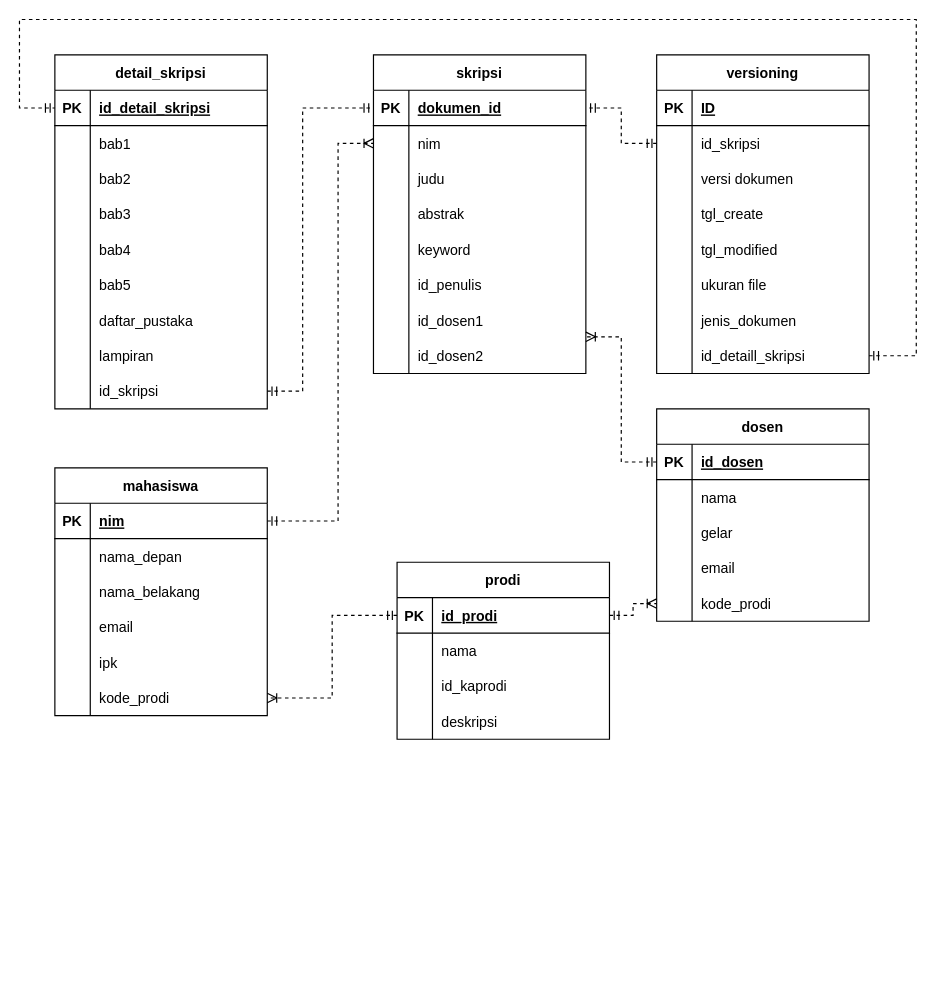
This is Untitled Diagram.drawio from MaximHere/drawio, a draw.io file, before an edit. Source tidied: cells renumbered, new cells numbered last; positions are measured from the earlier drawing's top-left corner, leaving out a move shared by most shapes. Both pictures are drawn from the tidied source at 118%, with x=0, y=0 at pixel (19, 19).
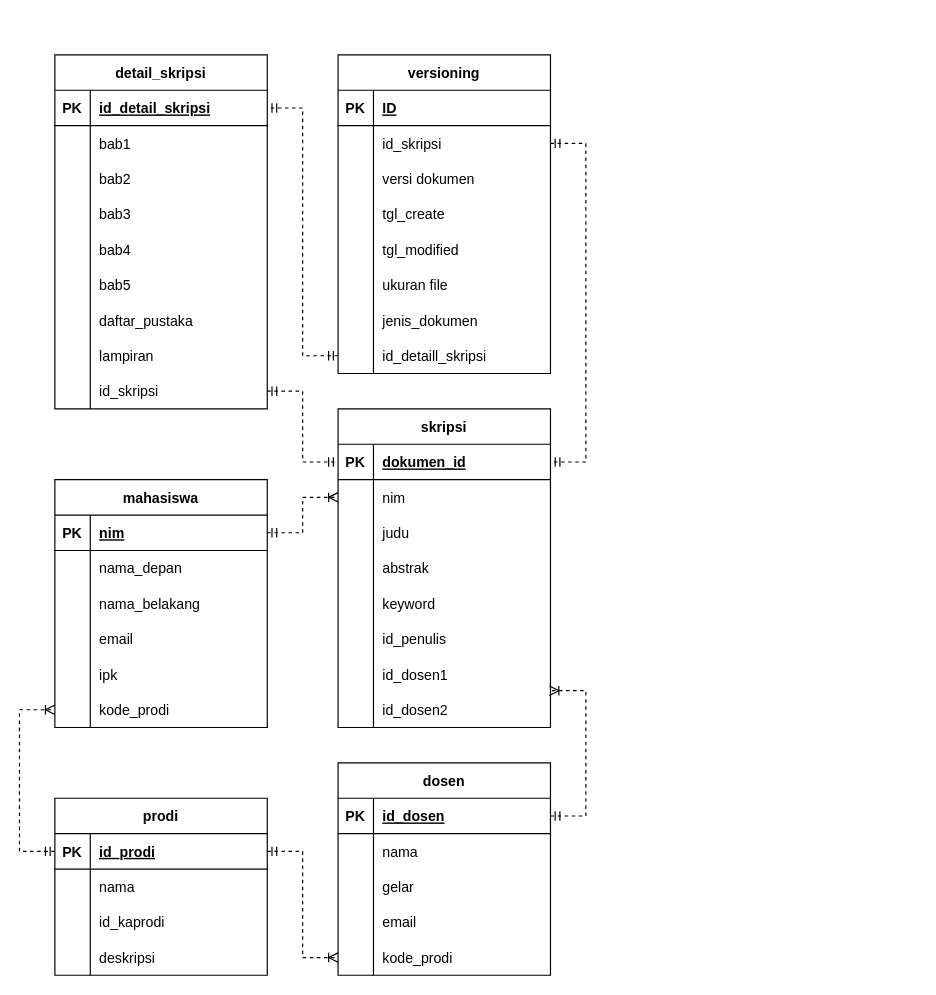
After the change.

Unchanged cells that the change refers to:
```xml
<mxCell id="3" style="shape=partialRectangle;fillColor=none;top=0;left=0;bottom=1;right=0;points=[[0,0.5],[1,0.5]];portConstraint=eastwest;" parent="2" vertex="1">
  <mxGeometry y="30" width="180" height="30" as="geometry" />
</mxCell>
<mxCell id="27" style="shape=partialRectangle;fillColor=none;top=0;left=0;bottom=0;right=0;points=[[0,0.5],[1,0.5]];portConstraint=eastwest;" parent="2" vertex="1">
  <mxGeometry y="270" width="180" height="30" as="geometry" />
</mxCell>
<mxCell id="31" style="shape=partialRectangle;fillColor=none;top=0;left=0;bottom=1;right=0;points=[[0,0.5],[1,0.5]];portConstraint=eastwest;" parent="30" vertex="1">
  <mxGeometry y="30" width="180" height="30" as="geometry" />
</mxCell>
<mxCell id="34" style="shape=partialRectangle;fillColor=none;top=0;left=0;bottom=0;right=0;points=[[0,0.5],[1,0.5]];portConstraint=eastwest;" parent="30" vertex="1">
  <mxGeometry y="60" width="180" height="30" as="geometry" />
</mxCell>
<mxCell id="49" style="shape=partialRectangle;fillColor=none;top=0;left=0;bottom=0;right=0;points=[[0,0.5],[1,0.5]];portConstraint=eastwest;" parent="30" vertex="1">
  <mxGeometry y="210" width="180" height="30" as="geometry" />
</mxCell>
<mxCell id="52" style="shape=partialRectangle;fillColor=none;top=0;left=0;bottom=0;right=0;points=[[0,0.5],[1,0.5]];portConstraint=eastwest;" parent="30" vertex="1">
  <mxGeometry y="240" width="180" height="30" as="geometry" />
</mxCell>
<mxCell id="56" style="shape=partialRectangle;fillColor=none;top=0;left=0;bottom=1;right=0;points=[[0,0.5],[1,0.5]];portConstraint=eastwest;" parent="55" vertex="1">
  <mxGeometry y="30" width="180" height="30" as="geometry" />
</mxCell>
<mxCell id="68" style="shape=partialRectangle;fillColor=none;top=0;left=0;bottom=0;right=0;points=[[0,0.5],[1,0.5]];portConstraint=eastwest;" parent="55" vertex="1">
  <mxGeometry y="150" width="180" height="30" as="geometry" />
</mxCell>
<mxCell id="73" style="shape=partialRectangle;fillColor=none;top=0;left=0;bottom=1;right=0;points=[[0,0.5],[1,0.5]];portConstraint=eastwest;" parent="72" vertex="1">
  <mxGeometry y="30" width="180" height="30" as="geometry" />
</mxCell>
<mxCell id="86" style="shape=partialRectangle;fillColor=none;top=0;left=0;bottom=1;right=0;points=[[0,0.5],[1,0.5]];portConstraint=eastwest;" parent="85" vertex="1">
  <mxGeometry y="30" width="180" height="30" as="geometry" />
</mxCell>
<mxCell id="101" style="shape=partialRectangle;fillColor=none;top=0;left=0;bottom=0;right=0;points=[[0,0.5],[1,0.5]];portConstraint=eastwest;" parent="85" vertex="1">
  <mxGeometry y="180" width="180" height="30" as="geometry" />
</mxCell>
<mxCell id="108" style="shape=partialRectangle;fillColor=none;top=0;left=0;bottom=0;right=0;points=[[0,0.5],[1,0.5]];portConstraint=eastwest;" parent="104" vertex="1">
  <mxGeometry y="60" width="180" height="30" as="geometry" />
</mxCell>
<mxCell id="126" style="shape=partialRectangle;fillColor=none;top=0;left=0;bottom=0;right=0;points=[[0,0.5],[1,0.5]];portConstraint=eastwest;" parent="104" vertex="1">
  <mxGeometry y="240" width="180" height="30" as="geometry" />
</mxCell>
```

Change to the diagram source:
```diff
@@
     <mxCell id="30" value="skripsi" style="shape=table;startSize=30;childLayout=tableLayout;rowLines=0;fontStyle=1;align=center;" parent="1" vertex="1">
-      <mxGeometry x="300" y="30" width="180" height="270" as="geometry" />
+      <mxGeometry x="270" y="330" width="180" height="270" as="geometry" />
     </mxCell>
@@
     <mxCell id="55" value="dosen" style="shape=table;startSize=30;childLayout=tableLayout;rowLines=0;fontStyle=1;align=center;" parent="1" vertex="1">
-      <mxGeometry x="540" y="330" width="180" height="180" as="geometry" />
+      <mxGeometry x="270" y="630" width="180" height="180" as="geometry" />
     </mxCell>
@@
-    <mxCell id="71" style="edgeStyle=elbowEdgeStyle;fontSize=12;html=1;endArrow=ERoneToMany;startArrow=ERmandOne;rounded=0;exitX=0;exitY=0.5;exitDx=0;exitDy=0;entryX=1;entryY=0.965;entryDx=0;entryDy=0;entryPerimeter=0;dashed=1;" parent="1" edge="1" source="56" target="49">
-      <mxGeometry relative="1" as="geometry" />
+    <mxCell id="71" style="edgeStyle=elbowEdgeStyle;fontSize=12;html=1;endArrow=ERoneToMany;startArrow=ERmandOne;rounded=0;exitX=1;exitY=0.5;exitDx=0;exitDy=0;dashed=1;entryX=0.995;entryY=-0.039;entryDx=0;entryDy=0;entryPerimeter=0;" parent="1" edge="1" source="56" target="52">
+      <mxGeometry relative="1" as="geometry">
+        <Array as="points">
+          <mxPoint x="480" y="630" />
+        </Array>
+      </mxGeometry>
     </mxCell>
     <mxCell id="72" value="prodi" style="shape=table;startSize=30;childLayout=tableLayout;rowLines=0;fontStyle=1;align=center;" parent="1" vertex="1">
-      <mxGeometry x="320" y="460" width="180" height="150" as="geometry" />
+      <mxGeometry x="30" y="660" width="180" height="150" as="geometry" />
     </mxCell>
@@
     <mxCell id="85" value="mahasiswa" style="shape=table;startSize=30;childLayout=tableLayout;rowLines=0;fontStyle=1;align=center;" parent="1" vertex="1">
-      <mxGeometry x="30" y="380" width="180" height="210" as="geometry" />
+      <mxGeometry x="30" y="390" width="180" height="210" as="geometry" />
     </mxCell>
@@
     <mxCell id="104" value="versioning" style="shape=table;startSize=30;childLayout=tableLayout;rowLines=0;fontStyle=1;align=center;" parent="1" vertex="1">
-      <mxGeometry x="540" y="30" width="180" height="270" as="geometry" />
+      <mxGeometry x="270" y="30" width="180" height="270" as="geometry" />
     </mxCell>
@@
-    <mxCell id="129" style="edgeStyle=elbowEdgeStyle;fontSize=12;html=1;endArrow=ERoneToMany;startArrow=ERmandOne;rounded=0;exitX=0;exitY=0.5;exitDx=0;exitDy=0;dashed=1;entryX=1;entryY=0.5;entryDx=0;entryDy=0;" parent="1" edge="1" source="73" target="101">
-      <mxGeometry relative="1" as="geometry" />
+    <mxCell id="129" style="edgeStyle=elbowEdgeStyle;fontSize=12;html=1;endArrow=ERoneToMany;startArrow=ERmandOne;rounded=0;dashed=1;entryX=0;entryY=0.5;entryDx=0;entryDy=0;exitX=0;exitY=0.5;exitDx=0;exitDy=0;" parent="1" edge="1" source="73" target="101">
+      <mxGeometry relative="1" as="geometry">
+        <Array as="points">
+          <mxPoint y="640" />
+        </Array>
+      </mxGeometry>
     </mxCell>
     <mxCell id="130" style="edgeStyle=elbowEdgeStyle;fontSize=12;html=1;endArrow=ERmandOne;startArrow=ERmandOne;rounded=0;dashed=1;entryX=0;entryY=0.5;entryDx=0;entryDy=0;exitX=1;exitY=0.5;exitDx=0;exitDy=0;" parent="1" edge="1" source="27" target="31">
       <mxGeometry relative="1" as="geometry">
         <Array as="points">
-          <mxPoint x="240" y="120" />
+          <mxPoint x="240" y="360" />
         </Array>
       </mxGeometry>
     </mxCell>
-    <mxCell id="131" style="edgeStyle=entityRelationEdgeStyle;fontSize=12;html=1;endArrow=ERmandOne;startArrow=ERmandOne;rounded=0;dashed=1;entryX=1;entryY=0.5;entryDx=0;entryDy=0;exitX=0;exitY=0.5;exitDx=0;exitDy=0;" parent="1" edge="1" source="108" target="31">
+    <mxCell id="131" style="edgeStyle=entityRelationEdgeStyle;fontSize=12;html=1;endArrow=ERmandOne;startArrow=ERmandOne;rounded=0;dashed=1;entryX=1;entryY=0.5;entryDx=0;entryDy=0;exitX=1;exitY=0.5;exitDx=0;exitDy=0;" parent="1" edge="1" source="108" target="31">
       <mxGeometry relative="1" as="geometry" />
     </mxCell>
-    <mxCell id="132" style="edgeStyle=elbowEdgeStyle;fontSize=12;html=1;endArrow=ERoneToMany;startArrow=ERmandOne;rounded=0;exitX=1;exitY=0.5;exitDx=0;exitDy=0;dashed=1;entryX=0;entryY=0.5;entryDx=0;entryDy=0;" parent="1" edge="1" source="86" target="34">
-      <mxGeometry relative="1" as="geometry">
-        <Array as="points">
-          <mxPoint x="270" y="340" />
-        </Array>
-      </mxGeometry>
+    <mxCell id="132" style="fontSize=12;html=1;endArrow=ERoneToMany;startArrow=ERmandOne;rounded=0;exitX=1;exitY=0.5;exitDx=0;exitDy=0;dashed=1;entryX=0;entryY=0.5;entryDx=0;entryDy=0;edgeStyle=elbowEdgeStyle;" parent="1" edge="1" source="86" target="34">
+      <mxGeometry relative="1" as="geometry" />
     </mxCell>
-    <mxCell id="133" style="edgeStyle=elbowEdgeStyle;fontSize=12;html=1;endArrow=ERoneToMany;startArrow=ERmandOne;rounded=0;exitX=1;exitY=0.5;exitDx=0;exitDy=0;dashed=1;entryX=0;entryY=0.5;entryDx=0;entryDy=0;" parent="1" edge="1" source="73" target="68">
-      <mxGeometry relative="1" as="geometry" />
+    <mxCell id="133" style="edgeStyle=elbowEdgeStyle;fontSize=12;html=1;endArrow=ERoneToMany;startArrow=ERmandOne;rounded=0;dashed=1;entryX=0;entryY=0.5;entryDx=0;entryDy=0;exitX=1;exitY=0.5;exitDx=0;exitDy=0;" parent="1" edge="1" source="73" target="68">
+      <mxGeometry relative="1" as="geometry">
+        <Array as="points">
+          <mxPoint x="240" y="770" />
+        </Array>
+      </mxGeometry>
     </mxCell>
-    <mxCell id="134" style="edgeStyle=orthogonalEdgeStyle;fontSize=12;html=1;endArrow=ERmandOne;startArrow=ERmandOne;rounded=0;dashed=1;entryX=0;entryY=0.5;entryDx=0;entryDy=0;exitX=1;exitY=0.5;exitDx=0;exitDy=0;" parent="1" edge="1" source="126" target="3">
-      <mxGeometry relative="1" as="geometry">
-        <Array as="points">
-          <mxPoint x="760" y="285" />
-          <mxPoint x="760" />
-          <mxPoint />
-          <mxPoint y="75" />
-        </Array>
-      </mxGeometry>
+    <mxCell id="134" style="edgeStyle=elbowEdgeStyle;fontSize=12;html=1;endArrow=ERmandOne;startArrow=ERmandOne;rounded=0;dashed=1;exitX=0;exitY=0.5;exitDx=0;exitDy=0;entryX=1;entryY=0.5;entryDx=0;entryDy=0;" parent="1" edge="1" source="126" target="3">
+      <mxGeometry relative="1" as="geometry" />
     </mxCell>
```
